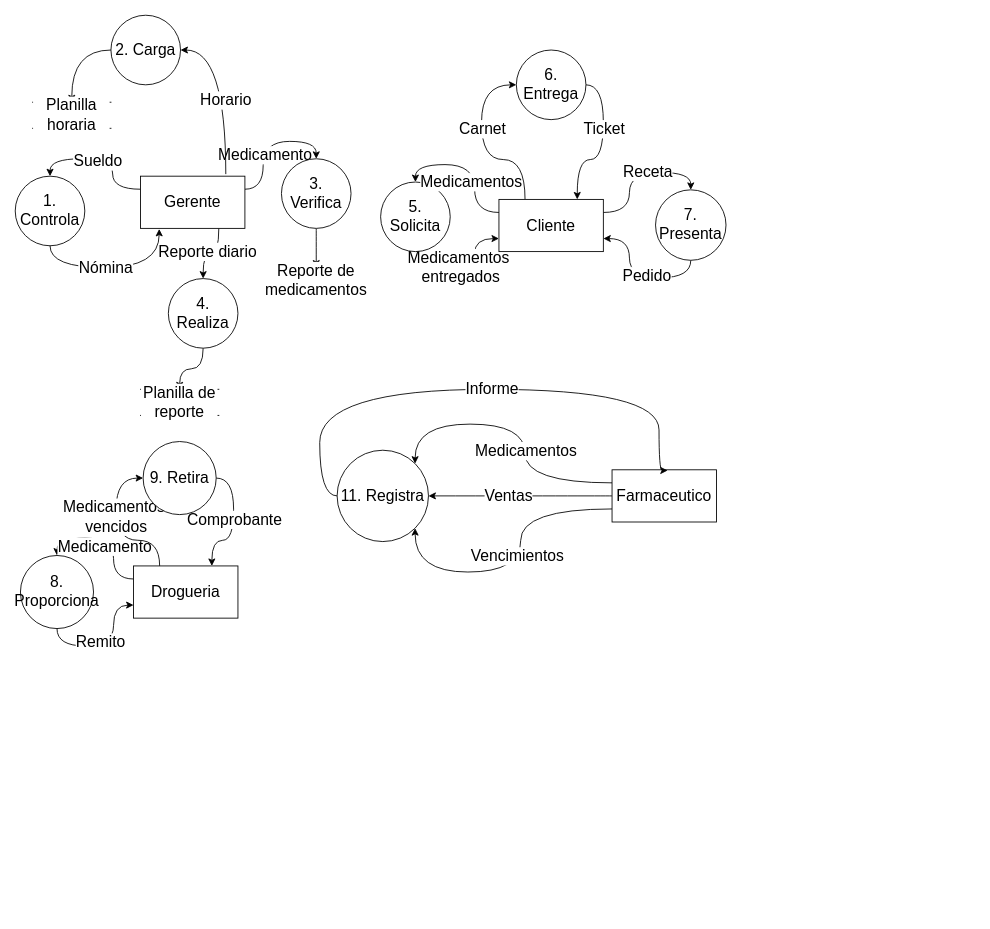
Before: page "DFD_Farmacia" (1 of 2) of farmaciaAE.drawio in yon026/pruebagit, a draw.io diagram. Source tidied: cells renumbered, new cells numbered last; positions are measured from the earlier drawing's top-left corner, leaving out a move shared by most shapes. Both pictures are drawn from the tidied source at 87%, with x=0, y=0 at pixel (15, 15).
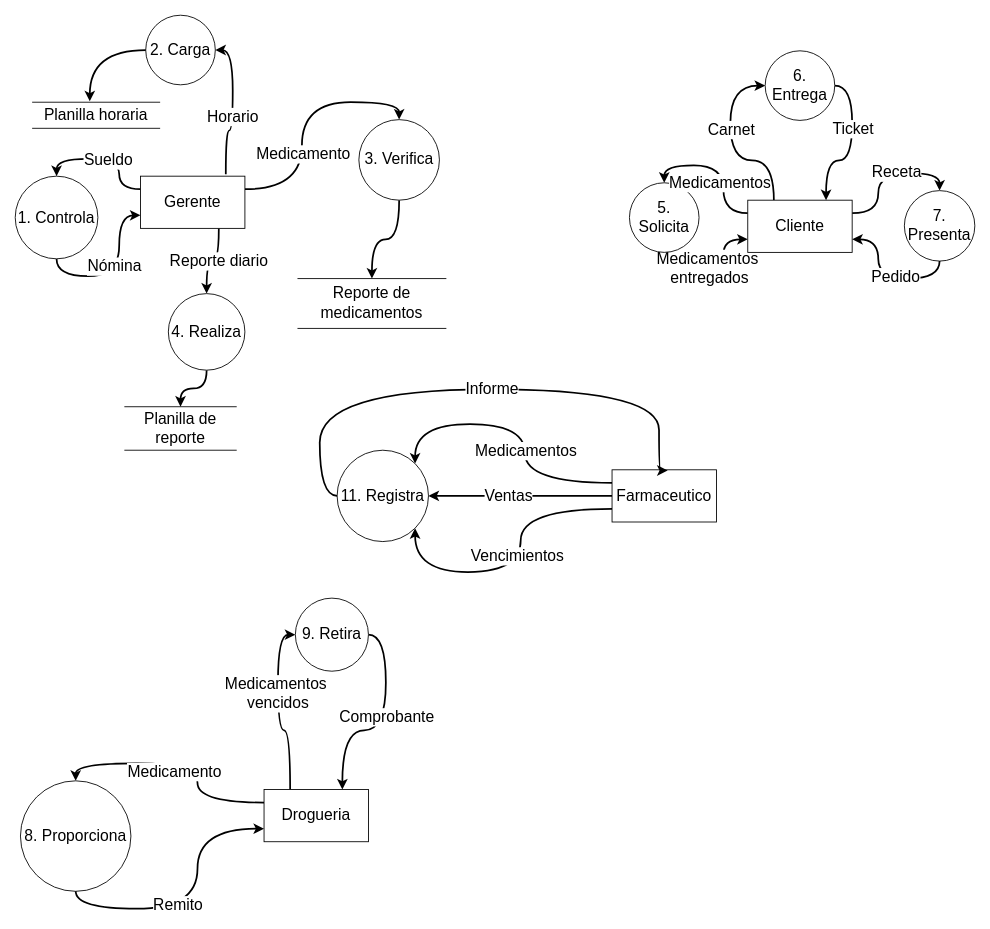
The same page after the edit.

Unchanged cells that the change refers to:
```xml
<mxCell id="13" value="Gerente" style="rounded=0;whiteSpace=wrap;html=1;fontSize=18;" parent="1" vertex="1">
  <mxGeometry x="144" y="185" width="120" height="60" as="geometry" />
</mxCell>
<mxCell id="22" value="Farmaceutico" style="rounded=0;whiteSpace=wrap;html=1;fontSize=18;" parent="1" vertex="1">
  <mxGeometry x="686" y="522.5" width="120" height="60" as="geometry" />
</mxCell>
<mxCell id="54" value="11. Registra" style="ellipse;whiteSpace=wrap;html=1;fontSize=18;" parent="1" vertex="1">
  <mxGeometry x="370" y="500" width="105" height="105" as="geometry" />
</mxCell>
```

Change to the diagram source:
```diff
@@
-    <mxCell id="2" style="edgeStyle=orthogonalEdgeStyle;shape=connector;curved=1;rounded=0;jettySize=auto;html=1;exitX=0;exitY=0.25;exitDx=0;exitDy=0;strokeColor=default;align=center;verticalAlign=middle;fontFamily=Helvetica;fontSize=18;fontColor=default;labelBackgroundColor=default;endArrow=classic;entryX=0.5;entryY=0;entryDx=0;entryDy=0;" parent="1" edge="1" source="13" target="4">
+    <mxCell id="2" style="edgeStyle=orthogonalEdgeStyle;shape=connector;curved=1;rounded=0;jettySize=auto;html=1;exitX=0;exitY=0.25;exitDx=0;exitDy=0;strokeColor=default;align=center;verticalAlign=middle;fontFamily=Helvetica;fontSize=18;fontColor=default;labelBackgroundColor=default;endArrow=classic;entryX=0.5;entryY=0;entryDx=0;entryDy=0;strokeWidth=2;" parent="1" edge="1" source="13" target="4">
       <mxGeometry relative="1" as="geometry" />
     </mxCell>
     <mxCell id="3" value="Sueldo" style="edgeLabel;html=1;align=center;verticalAlign=middle;fontFamily=Helvetica;fontSize=18;fontColor=default;labelBackgroundColor=default;" parent="2" vertex="1">
-      <mxGeometry x="0.07" y="2" relative="1" as="geometry" />
+      <mxGeometry x="0.07" y="2" relative="1" as="geometry">
+        <mxPoint x="8" y="-1" as="offset" />
+      </mxGeometry>
     </mxCell>
+    <mxCell id="35" style="edgeStyle=orthogonalEdgeStyle;shape=connector;curved=1;rounded=0;jettySize=auto;html=1;exitX=0.5;exitY=1;exitDx=0;exitDy=0;entryX=0;entryY=0.75;entryDx=0;entryDy=0;strokeColor=default;align=center;verticalAlign=middle;fontFamily=Helvetica;fontSize=11;fontColor=default;labelBackgroundColor=default;endArrow=classic;strokeWidth=2;" parent="1" edge="1" source="4" target="13">
+      <mxGeometry relative="1" as="geometry" />
+    </mxCell>
+    <mxCell id="36" value="&lt;font style=&quot;font-size: 18px;&quot;&gt;Nómina&lt;/font&gt;" style="edgeLabel;html=1;align=center;verticalAlign=middle;fontFamily=Helvetica;fontSize=11;fontColor=default;labelBackgroundColor=default;" parent="35" vertex="1">
+      <mxGeometry x="0.12" y="6" relative="1" as="geometry" />
+    </mxCell>
     <mxCell id="4" value="1. Controla" style="ellipse;whiteSpace=wrap;html=1;fontSize=18;" parent="1" vertex="1">
-      <mxGeometry y="185" width="80" height="80" as="geometry" />
+      <mxGeometry y="185" width="95" height="95" as="geometry" />
     </mxCell>
-    <mxCell id="5" style="edgeStyle=orthogonalEdgeStyle;shape=connector;curved=1;rounded=0;jettySize=auto;html=1;exitX=0;exitY=0.5;exitDx=0;exitDy=0;entryX=0.5;entryY=0;entryDx=0;entryDy=0;strokeColor=default;align=center;verticalAlign=middle;fontFamily=Helvetica;fontSize=18;fontColor=default;labelBackgroundColor=default;endArrow=classic;" parent="1" edge="1" source="6" target="25">
-      <mxGeometry relative="1" as="geometry" />
-    </mxCell>
     <mxCell id="6" value="2. Carga" style="ellipse;whiteSpace=wrap;html=1;fontSize=18;" parent="1" vertex="1">
-      <mxGeometry x="110" width="80" height="80" as="geometry" />
+      <mxGeometry x="150" width="80" height="80" as="geometry" />
     </mxCell>
-    <mxCell id="7" style="edgeStyle=orthogonalEdgeStyle;shape=connector;curved=1;rounded=0;jettySize=auto;html=1;exitX=0.5;exitY=1;exitDx=0;exitDy=0;entryX=0.5;entryY=0;entryDx=0;entryDy=0;strokeColor=default;align=center;verticalAlign=middle;fontFamily=Helvetica;fontSize=18;fontColor=default;labelBackgroundColor=default;endArrow=classic;" parent="1" edge="1" source="8" target="26">
+    <mxCell id="7" style="edgeStyle=orthogonalEdgeStyle;shape=connector;curved=1;rounded=0;jettySize=auto;html=1;exitX=0.5;exitY=1;exitDx=0;exitDy=0;entryX=0.5;entryY=0;entryDx=0;entryDy=0;strokeColor=default;align=center;verticalAlign=middle;fontFamily=Helvetica;fontSize=18;fontColor=default;labelBackgroundColor=default;endArrow=classic;strokeWidth=2;" parent="1" edge="1" source="8" target="26">
       <mxGeometry relative="1" as="geometry" />
     </mxCell>
     <mxCell id="8" value="4. Realiza" style="ellipse;whiteSpace=wrap;html=1;fontSize=18;" parent="1" vertex="1">
-      <mxGeometry x="176" y="302.7" width="80" height="80" as="geometry" />
+      <mxGeometry x="176" y="320" width="88" height="88" as="geometry" />
     </mxCell>
-    <mxCell id="9" style="edgeStyle=orthogonalEdgeStyle;shape=connector;curved=1;rounded=0;jettySize=auto;html=1;exitX=1;exitY=0.25;exitDx=0;exitDy=0;entryX=0.5;entryY=0;entryDx=0;entryDy=0;strokeColor=default;align=center;verticalAlign=middle;fontFamily=Helvetica;fontSize=18;fontColor=default;labelBackgroundColor=default;endArrow=classic;" parent="1" edge="1" source="13" target="15">
+    <mxCell id="9" style="edgeStyle=orthogonalEdgeStyle;shape=connector;curved=1;rounded=0;jettySize=auto;html=1;exitX=1;exitY=0.25;exitDx=0;exitDy=0;entryX=0.5;entryY=0;entryDx=0;entryDy=0;strokeColor=default;align=center;verticalAlign=middle;fontFamily=Helvetica;fontSize=18;fontColor=default;labelBackgroundColor=default;endArrow=classic;strokeWidth=2;" parent="1" edge="1" source="13" target="15">
       <mxGeometry relative="1" as="geometry" />
     </mxCell>
@@
-    <mxCell id="11" style="edgeStyle=orthogonalEdgeStyle;shape=connector;curved=1;rounded=0;jettySize=auto;html=1;exitX=0.75;exitY=1;exitDx=0;exitDy=0;entryX=0.5;entryY=0;entryDx=0;entryDy=0;strokeColor=default;align=center;verticalAlign=middle;fontFamily=Helvetica;fontSize=18;fontColor=default;labelBackgroundColor=default;endArrow=classic;" parent="1" edge="1" source="13" target="8">
+    <mxCell id="11" style="edgeStyle=orthogonalEdgeStyle;shape=connector;curved=1;rounded=0;jettySize=auto;html=1;exitX=0.75;exitY=1;exitDx=0;exitDy=0;entryX=0.5;entryY=0;entryDx=0;entryDy=0;strokeColor=default;align=center;verticalAlign=middle;fontFamily=Helvetica;fontSize=18;fontColor=default;labelBackgroundColor=default;endArrow=classic;strokeWidth=2;" parent="1" edge="1" source="13" target="8">
       <mxGeometry relative="1" as="geometry" />
     </mxCell>
     <mxCell id="12" value="Reporte diario" style="edgeLabel;html=1;align=center;verticalAlign=middle;fontFamily=Helvetica;fontSize=18;fontColor=default;labelBackgroundColor=default;" parent="11" vertex="1">
-      <mxGeometry x="0.11" y="-2" relative="1" as="geometry" />
+      <mxGeometry x="0.11" y="-2" relative="1" as="geometry">
+        <mxPoint x="11" y="2" as="offset" />
+      </mxGeometry>
     </mxCell>
@@
-    <mxCell id="14" style="edgeStyle=orthogonalEdgeStyle;rounded=0;jettySize=auto;html=1;exitX=0.5;exitY=1;exitDx=0;exitDy=0;entryX=0.5;entryY=0;entryDx=0;entryDy=0;curved=1;fontSize=18;" parent="1" edge="1" source="15" target="37">
+    <mxCell id="14" style="edgeStyle=orthogonalEdgeStyle;rounded=0;jettySize=auto;html=1;exitX=0.5;exitY=1;exitDx=0;exitDy=0;entryX=0.5;entryY=0;entryDx=0;entryDy=0;curved=1;fontSize=18;strokeWidth=2;" parent="1" edge="1" source="15" target="37">
       <mxGeometry relative="1" as="geometry" />
     </mxCell>
     <mxCell id="15" value="3. Verifica" style="ellipse;whiteSpace=wrap;html=1;fontSize=18;" parent="1" vertex="1">
-      <mxGeometry x="306" y="165" width="80" height="80" as="geometry" />
+      <mxGeometry x="395" y="120" width="92.6" height="92.6" as="geometry" />
     </mxCell>
-    <mxCell id="16" style="edgeStyle=orthogonalEdgeStyle;rounded=0;jettySize=auto;html=1;exitX=0;exitY=0.25;exitDx=0;exitDy=0;entryX=1;entryY=0;entryDx=0;entryDy=0;curved=1;" parent="1" edge="1" source="22" target="54">
+    <mxCell id="16" style="edgeStyle=orthogonalEdgeStyle;rounded=0;jettySize=auto;html=1;exitX=0;exitY=0.25;exitDx=0;exitDy=0;entryX=1;entryY=0;entryDx=0;entryDy=0;curved=1;strokeWidth=2;" parent="1" edge="1" source="22" target="54">
       <mxGeometry relative="1" as="geometry">
         <Array as="points">
           <mxPoint x="586" y="537" />
           <mxPoint x="586" y="470" />
           <mxPoint x="460" y="470" />
         </Array>
       </mxGeometry>
     </mxCell>
@@
-    <mxCell id="18" style="edgeStyle=orthogonalEdgeStyle;rounded=0;jettySize=auto;html=1;exitX=0;exitY=0.75;exitDx=0;exitDy=0;entryX=1;entryY=1;entryDx=0;entryDy=0;curved=1;" parent="1" edge="1" source="22" target="54">
+    <mxCell id="18" style="edgeStyle=orthogonalEdgeStyle;rounded=0;jettySize=auto;html=1;exitX=0;exitY=0.75;exitDx=0;exitDy=0;entryX=1;entryY=1;entryDx=0;entryDy=0;curved=1;strokeWidth=2;" parent="1" edge="1" source="22" target="54">
       <mxGeometry relative="1" as="geometry">
         <Array as="points">
           <mxPoint x="581" y="567" />
           <mxPoint x="581" y="640" />
           <mxPoint x="460" y="640" />
         </Array>
       </mxGeometry>
     </mxCell>
@@
-    <mxCell id="20" style="edgeStyle=orthogonalEdgeStyle;rounded=0;jettySize=auto;html=1;exitX=0;exitY=0.5;exitDx=0;exitDy=0;entryX=1;entryY=0.5;entryDx=0;entryDy=0;curved=1;" parent="1" edge="1" source="22" target="54">
+    <mxCell id="20" style="edgeStyle=orthogonalEdgeStyle;rounded=0;jettySize=auto;html=1;exitX=0;exitY=0.5;exitDx=0;exitDy=0;entryX=1;entryY=0.5;entryDx=0;entryDy=0;curved=1;strokeWidth=2;" parent="1" edge="1" source="22" target="54">
       <mxGeometry relative="1" as="geometry" />
     </mxCell>
@@
-    <mxCell id="23" style="edgeStyle=orthogonalEdgeStyle;shape=connector;curved=1;rounded=0;jettySize=auto;html=1;exitX=0.817;exitY=-0.039;exitDx=0;exitDy=0;entryX=1;entryY=0.5;entryDx=0;entryDy=0;strokeColor=default;align=center;verticalAlign=middle;fontFamily=Helvetica;fontSize=18;fontColor=default;labelBackgroundColor=default;endArrow=classic;exitPerimeter=0;" parent="1" edge="1" source="13" target="6">
+    <mxCell id="23" style="edgeStyle=orthogonalEdgeStyle;shape=connector;curved=1;rounded=0;jettySize=auto;html=1;exitX=0.817;exitY=-0.039;exitDx=0;exitDy=0;entryX=1;entryY=0.5;entryDx=0;entryDy=0;strokeColor=default;align=center;verticalAlign=middle;fontFamily=Helvetica;fontSize=18;fontColor=default;labelBackgroundColor=default;endArrow=classic;exitPerimeter=0;strokeWidth=2;" parent="1" edge="1" source="13" target="6">
       <mxGeometry relative="1" as="geometry" />
     </mxCell>
@@
     <mxCell id="25" value="Planilla horaria" style="shape=partialRectangle;whiteSpace=wrap;html=1;left=0;right=0;fillColor=none;fontFamily=Helvetica;fontSize=18;fontColor=default;labelBackgroundColor=default;" parent="1" vertex="1">
-      <mxGeometry x="20" y="100" width="90" height="30" as="geometry" />
+      <mxGeometry x="20" y="100" width="146" height="30" as="geometry" />
     </mxCell>
     <mxCell id="26" value="Planilla de reporte" style="shape=partialRectangle;whiteSpace=wrap;html=1;left=0;right=0;fillColor=none;fontFamily=Helvetica;fontSize=18;fontColor=default;labelBackgroundColor=default;" parent="1" vertex="1">
-      <mxGeometry x="144" y="430" width="90" height="30" as="geometry" />
+      <mxGeometry x="126" y="450" width="128" height="50" as="geometry" />
     </mxCell>
-    <mxCell id="27" style="edgeStyle=orthogonalEdgeStyle;shape=connector;curved=1;rounded=0;jettySize=auto;html=1;exitX=0;exitY=0.25;exitDx=0;exitDy=0;strokeColor=default;align=center;verticalAlign=middle;fontFamily=Helvetica;fontSize=18;fontColor=default;labelBackgroundColor=default;endArrow=classic;entryX=0.5;entryY=0;entryDx=0;entryDy=0;" parent="1" edge="1" source="32" target="29">
+    <mxCell id="27" style="edgeStyle=orthogonalEdgeStyle;shape=connector;curved=1;rounded=0;jettySize=auto;html=1;exitX=0;exitY=0.25;exitDx=0;exitDy=0;strokeColor=default;align=center;verticalAlign=middle;fontFamily=Helvetica;fontSize=18;fontColor=default;labelBackgroundColor=default;endArrow=classic;entryX=0.5;entryY=0;entryDx=0;entryDy=0;strokeWidth=2;" parent="1" edge="1" source="32" target="29">
       <mxGeometry relative="1" as="geometry" />
     </mxCell>
@@
     <mxCell id="29" value="8. Proporciona" style="ellipse;whiteSpace=wrap;html=1;fontSize=18;" parent="1" vertex="1">
-      <mxGeometry x="6" y="621" width="84" height="84" as="geometry" />
+      <mxGeometry x="6" y="880" width="127" height="127" as="geometry" />
     </mxCell>
-    <mxCell id="30" style="edgeStyle=orthogonalEdgeStyle;shape=connector;curved=1;rounded=0;jettySize=auto;html=1;exitX=0.25;exitY=0;exitDx=0;exitDy=0;entryX=0;entryY=0.5;entryDx=0;entryDy=0;strokeColor=default;align=center;verticalAlign=middle;fontFamily=Helvetica;fontSize=18;fontColor=default;labelBackgroundColor=default;endArrow=classic;" parent="1" edge="1" source="32" target="57">
+    <mxCell id="30" style="edgeStyle=orthogonalEdgeStyle;shape=connector;curved=1;rounded=0;jettySize=auto;html=1;exitX=0.25;exitY=0;exitDx=0;exitDy=0;entryX=0;entryY=0.5;entryDx=0;entryDy=0;strokeColor=default;align=center;verticalAlign=middle;fontFamily=Helvetica;fontSize=18;fontColor=default;labelBackgroundColor=default;endArrow=classic;strokeWidth=2;" parent="1" edge="1" source="32" target="57">
       <mxGeometry relative="1" as="geometry" />
     </mxCell>
@@
     <mxCell id="32" value="Drogueria" style="rounded=0;whiteSpace=wrap;html=1;fontSize=18;" parent="1" vertex="1">
-      <mxGeometry x="136" y="633" width="120" height="60" as="geometry" />
+      <mxGeometry x="286" y="890" width="120" height="60" as="geometry" />
     </mxCell>
-    <mxCell id="33" style="edgeStyle=orthogonalEdgeStyle;shape=connector;curved=1;rounded=0;jettySize=auto;html=1;strokeColor=default;align=center;verticalAlign=middle;fontFamily=Helvetica;fontSize=18;fontColor=default;labelBackgroundColor=default;endArrow=classic;entryX=0;entryY=0.75;entryDx=0;entryDy=0;exitX=0.5;exitY=1;exitDx=0;exitDy=0;" parent="1" edge="1" source="29" target="32">
+    <mxCell id="33" style="edgeStyle=orthogonalEdgeStyle;shape=connector;curved=1;rounded=0;jettySize=auto;html=1;strokeColor=default;align=center;verticalAlign=middle;fontFamily=Helvetica;fontSize=18;fontColor=default;labelBackgroundColor=default;endArrow=classic;entryX=0;entryY=0.75;entryDx=0;entryDy=0;exitX=0.5;exitY=1;exitDx=0;exitDy=0;strokeWidth=2;" parent="1" edge="1" source="29" target="32">
       <mxGeometry relative="1" as="geometry" />
     </mxCell>
@@
-    <mxCell id="35" style="edgeStyle=orthogonalEdgeStyle;rounded=0;jettySize=auto;html=1;exitX=0.5;exitY=1;exitDx=0;exitDy=0;entryX=0.179;entryY=1.011;entryDx=0;entryDy=0;entryPerimeter=0;curved=1;fontSize=18;" parent="1" edge="1" source="4" target="13">
-      <mxGeometry relative="1" as="geometry">
-        <Array as="points">
-          <mxPoint x="40" y="290" />
-          <mxPoint x="166" y="290" />
-        </Array>
-      </mxGeometry>
-    </mxCell>
-    <mxCell id="36" value="Nómina" style="edgeLabel;html=1;align=center;verticalAlign=middle;fontSize=18;" parent="35" vertex="1">
-      <mxGeometry x="-0.1" relative="1" as="geometry" />
-    </mxCell>
     <mxCell id="37" value="Reporte de medicamentos" style="shape=partialRectangle;whiteSpace=wrap;html=1;left=0;right=0;fillColor=none;fontFamily=Helvetica;fontSize=18;fontColor=default;labelBackgroundColor=default;" parent="1" vertex="1">
-      <mxGeometry x="301" y="290" width="90" height="30" as="geometry" />
+      <mxGeometry x="325" y="302.7" width="170" height="57.3" as="geometry" />
     </mxCell>
-    <mxCell id="38" style="edgeStyle=orthogonalEdgeStyle;shape=connector;curved=1;rounded=0;jettySize=auto;html=1;exitX=0.5;exitY=1;exitDx=0;exitDy=0;entryX=1;entryY=0.75;entryDx=0;entryDy=0;strokeColor=default;align=center;verticalAlign=middle;fontFamily=Helvetica;fontSize=18;fontColor=default;labelBackgroundColor=default;endArrow=classic;" parent="1" edge="1" source="40" target="50">
+    <mxCell id="38" style="edgeStyle=orthogonalEdgeStyle;shape=connector;curved=1;rounded=0;jettySize=auto;html=1;exitX=0.5;exitY=1;exitDx=0;exitDy=0;entryX=1;entryY=0.75;entryDx=0;entryDy=0;strokeColor=default;align=center;verticalAlign=middle;fontFamily=Helvetica;fontSize=18;fontColor=default;labelBackgroundColor=default;endArrow=classic;strokeWidth=2;" parent="1" edge="1" source="40" target="50">
       <mxGeometry relative="1" as="geometry" />
     </mxCell>
@@
     <mxCell id="40" value="7. Presenta" style="ellipse;whiteSpace=wrap;html=1;fontSize=18;" parent="1" vertex="1">
-      <mxGeometry x="736" y="200.7" width="81" height="81" as="geometry" />
+      <mxGeometry x="1022" y="201.6" width="81" height="81" as="geometry" />
     </mxCell>
-    <mxCell id="41" style="edgeStyle=orthogonalEdgeStyle;shape=connector;curved=1;rounded=0;jettySize=auto;html=1;exitX=0.5;exitY=1;exitDx=0;exitDy=0;entryX=0;entryY=0.75;entryDx=0;entryDy=0;strokeColor=default;align=center;verticalAlign=middle;fontFamily=Helvetica;fontSize=18;fontColor=default;labelBackgroundColor=default;endArrow=classic;" parent="1" edge="1" source="43" target="50">
+    <mxCell id="41" style="edgeStyle=orthogonalEdgeStyle;shape=connector;curved=1;rounded=0;jettySize=auto;html=1;exitX=0.5;exitY=1;exitDx=0;exitDy=0;entryX=0;entryY=0.75;entryDx=0;entryDy=0;strokeColor=default;align=center;verticalAlign=middle;fontFamily=Helvetica;fontSize=18;fontColor=default;labelBackgroundColor=default;endArrow=classic;strokeWidth=2;" parent="1" edge="1" source="43" target="50">
       <mxGeometry relative="1" as="geometry" />
     </mxCell>
@@
     <mxCell id="43" value="5. Solicita" style="ellipse;whiteSpace=wrap;html=1;fontSize=18;" parent="1" vertex="1">
-      <mxGeometry x="420" y="191.7" width="80" height="80" as="geometry" />
+      <mxGeometry x="706" y="192.6" width="80" height="80" as="geometry" />
     </mxCell>
-    <mxCell id="44" style="edgeStyle=orthogonalEdgeStyle;shape=connector;curved=1;rounded=0;jettySize=auto;html=1;exitX=0;exitY=0.25;exitDx=0;exitDy=0;entryX=0.5;entryY=0;entryDx=0;entryDy=0;strokeColor=default;align=center;verticalAlign=middle;fontFamily=Helvetica;fontSize=18;fontColor=default;labelBackgroundColor=default;endArrow=classic;" parent="1" edge="1" source="50" target="43">
+    <mxCell id="44" style="edgeStyle=orthogonalEdgeStyle;shape=connector;curved=1;rounded=0;jettySize=auto;html=1;exitX=0;exitY=0.25;exitDx=0;exitDy=0;entryX=0.5;entryY=0;entryDx=0;entryDy=0;strokeColor=default;align=center;verticalAlign=middle;fontFamily=Helvetica;fontSize=18;fontColor=default;labelBackgroundColor=default;endArrow=classic;strokeWidth=2;" parent="1" edge="1" source="50" target="43">
       <mxGeometry relative="1" as="geometry" />
     </mxCell>
@@
-    <mxCell id="46" style="edgeStyle=orthogonalEdgeStyle;shape=connector;curved=1;rounded=0;jettySize=auto;html=1;exitX=0.25;exitY=0;exitDx=0;exitDy=0;entryX=0;entryY=0.5;entryDx=0;entryDy=0;strokeColor=default;align=center;verticalAlign=middle;fontFamily=Helvetica;fontSize=18;fontColor=default;labelBackgroundColor=default;endArrow=classic;" parent="1" edge="1" source="50" target="53">
+    <mxCell id="46" style="edgeStyle=orthogonalEdgeStyle;shape=connector;curved=1;rounded=0;jettySize=auto;html=1;exitX=0.25;exitY=0;exitDx=0;exitDy=0;entryX=0;entryY=0.5;entryDx=0;entryDy=0;strokeColor=default;align=center;verticalAlign=middle;fontFamily=Helvetica;fontSize=18;fontColor=default;labelBackgroundColor=default;endArrow=classic;strokeWidth=2;" parent="1" edge="1" source="50" target="53">
       <mxGeometry relative="1" as="geometry" />
     </mxCell>
@@
-    <mxCell id="48" style="edgeStyle=orthogonalEdgeStyle;shape=connector;curved=1;rounded=0;jettySize=auto;html=1;exitX=1;exitY=0.25;exitDx=0;exitDy=0;entryX=0.5;entryY=0;entryDx=0;entryDy=0;strokeColor=default;align=center;verticalAlign=middle;fontFamily=Helvetica;fontSize=18;fontColor=default;labelBackgroundColor=default;endArrow=classic;" parent="1" edge="1" source="50" target="40">
+    <mxCell id="48" style="edgeStyle=orthogonalEdgeStyle;shape=connector;curved=1;rounded=0;jettySize=auto;html=1;exitX=1;exitY=0.25;exitDx=0;exitDy=0;entryX=0.5;entryY=0;entryDx=0;entryDy=0;strokeColor=default;align=center;verticalAlign=middle;fontFamily=Helvetica;fontSize=18;fontColor=default;labelBackgroundColor=default;endArrow=classic;strokeWidth=2;" parent="1" edge="1" source="50" target="40">
       <mxGeometry relative="1" as="geometry" />
     </mxCell>
@@
     <mxCell id="50" value="Cliente" style="rounded=0;whiteSpace=wrap;html=1;fontSize=18;" parent="1" vertex="1">
-      <mxGeometry x="556" y="211.7" width="120" height="60" as="geometry" />
+      <mxGeometry x="842" y="212.6" width="120" height="60" as="geometry" />
     </mxCell>
-    <mxCell id="51" style="edgeStyle=orthogonalEdgeStyle;shape=connector;curved=1;rounded=0;jettySize=auto;html=1;exitX=1;exitY=0.5;exitDx=0;exitDy=0;strokeColor=default;align=center;verticalAlign=middle;fontFamily=Helvetica;fontSize=18;fontColor=default;labelBackgroundColor=default;endArrow=classic;entryX=0.75;entryY=0;entryDx=0;entryDy=0;" parent="1" edge="1" source="53" target="50">
+    <mxCell id="51" style="edgeStyle=orthogonalEdgeStyle;shape=connector;curved=1;rounded=0;jettySize=auto;html=1;exitX=1;exitY=0.5;exitDx=0;exitDy=0;strokeColor=default;align=center;verticalAlign=middle;fontFamily=Helvetica;fontSize=18;fontColor=default;labelBackgroundColor=default;endArrow=classic;entryX=0.75;entryY=0;entryDx=0;entryDy=0;strokeWidth=2;" parent="1" edge="1" source="53" target="50">
       <mxGeometry relative="1" as="geometry" />
     </mxCell>
@@
     <mxCell id="53" value="6. Entrega" style="ellipse;whiteSpace=wrap;html=1;fontSize=18;" parent="1" vertex="1">
-      <mxGeometry x="576" y="40" width="80" height="80" as="geometry" />
+      <mxGeometry x="862" y="40.9" width="80" height="80" as="geometry" />
     </mxCell>
@@
-    <mxCell id="55" style="edgeStyle=orthogonalEdgeStyle;shape=connector;curved=1;rounded=0;jettySize=auto;html=1;exitX=1;exitY=0.5;exitDx=0;exitDy=0;entryX=0.75;entryY=0;entryDx=0;entryDy=0;strokeColor=default;align=center;verticalAlign=middle;fontFamily=Helvetica;fontSize=18;fontColor=default;labelBackgroundColor=default;endArrow=classic;" parent="1" edge="1" source="57" target="32">
+    <mxCell id="55" style="edgeStyle=orthogonalEdgeStyle;shape=connector;curved=1;rounded=0;jettySize=auto;html=1;exitX=1;exitY=0.5;exitDx=0;exitDy=0;entryX=0.75;entryY=0;entryDx=0;entryDy=0;strokeColor=default;align=center;verticalAlign=middle;fontFamily=Helvetica;fontSize=18;fontColor=default;labelBackgroundColor=default;endArrow=classic;strokeWidth=2;" parent="1" edge="1" source="57" target="32">
       <mxGeometry relative="1" as="geometry" />
     </mxCell>
@@
     <mxCell id="57" value="9. Retira" style="ellipse;whiteSpace=wrap;html=1;fontSize=18;" parent="1" vertex="1">
-      <mxGeometry x="147" y="490" width="84" height="84" as="geometry" />
+      <mxGeometry x="322" y="670" width="84" height="84" as="geometry" />
     </mxCell>
-    <mxCell id="58" style="edgeStyle=orthogonalEdgeStyle;rounded=0;jettySize=auto;html=1;exitX=0;exitY=0.5;exitDx=0;exitDy=0;entryX=0.533;entryY=0.013;entryDx=0;entryDy=0;entryPerimeter=0;curved=1;" parent="1" edge="1" source="54" target="22">
+    <mxCell id="58" style="edgeStyle=orthogonalEdgeStyle;rounded=0;jettySize=auto;html=1;exitX=0;exitY=0.5;exitDx=0;exitDy=0;entryX=0.533;entryY=0.013;entryDx=0;entryDy=0;entryPerimeter=0;curved=1;strokeWidth=2;" parent="1" edge="1" source="54" target="22">
       <mxGeometry relative="1" as="geometry">
         <Array as="points">
           <mxPoint x="350" y="553" />
           <mxPoint x="350" y="430" />
           <mxPoint x="740" y="430" />
         </Array>
       </mxGeometry>
     </mxCell>
@@
+    <mxCell id="5" style="edgeStyle=orthogonalEdgeStyle;rounded=0;jettySize=auto;html=1;exitX=0;exitY=0.5;exitDx=0;exitDy=0;entryX=0.45;entryY=-0.033;entryDx=0;entryDy=0;entryPerimeter=0;curved=1;strokeWidth=2;" parent="1" edge="1" source="6" target="25">
+      <mxGeometry relative="1" as="geometry" />
+    </mxCell>
```
